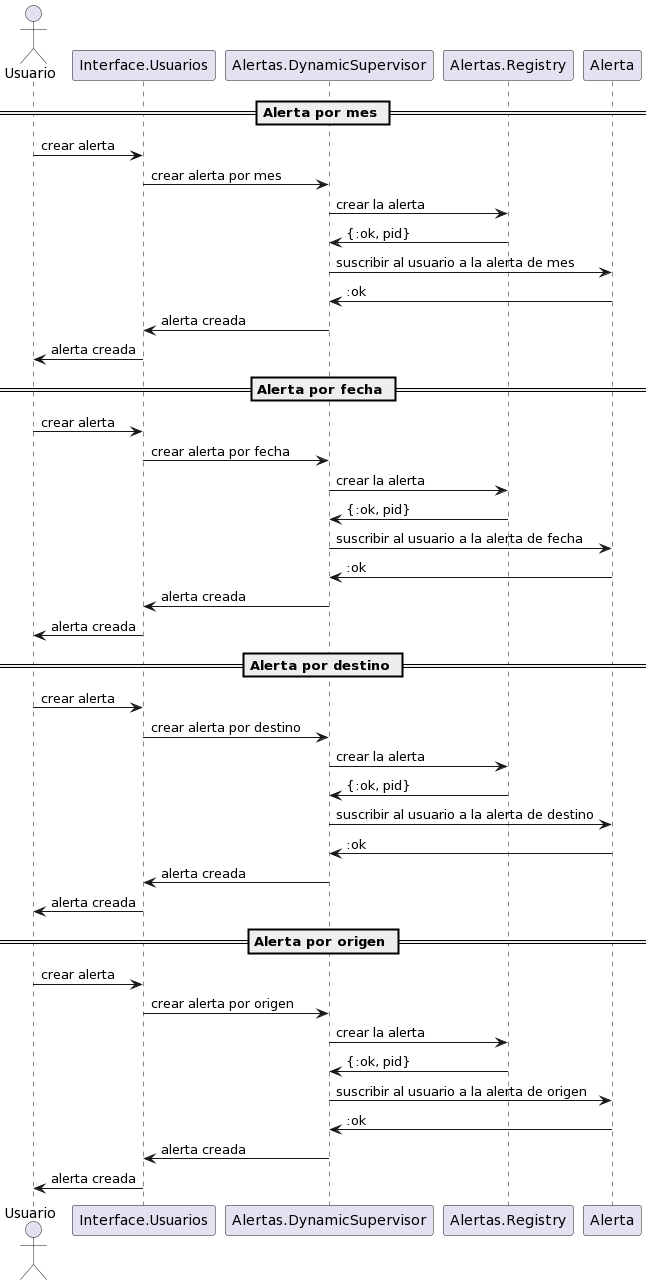
The PlantUML diagram diagrams/Secuencia Creacion de alertas.png in NicoMadd/levantar-vuelo, before a commit.
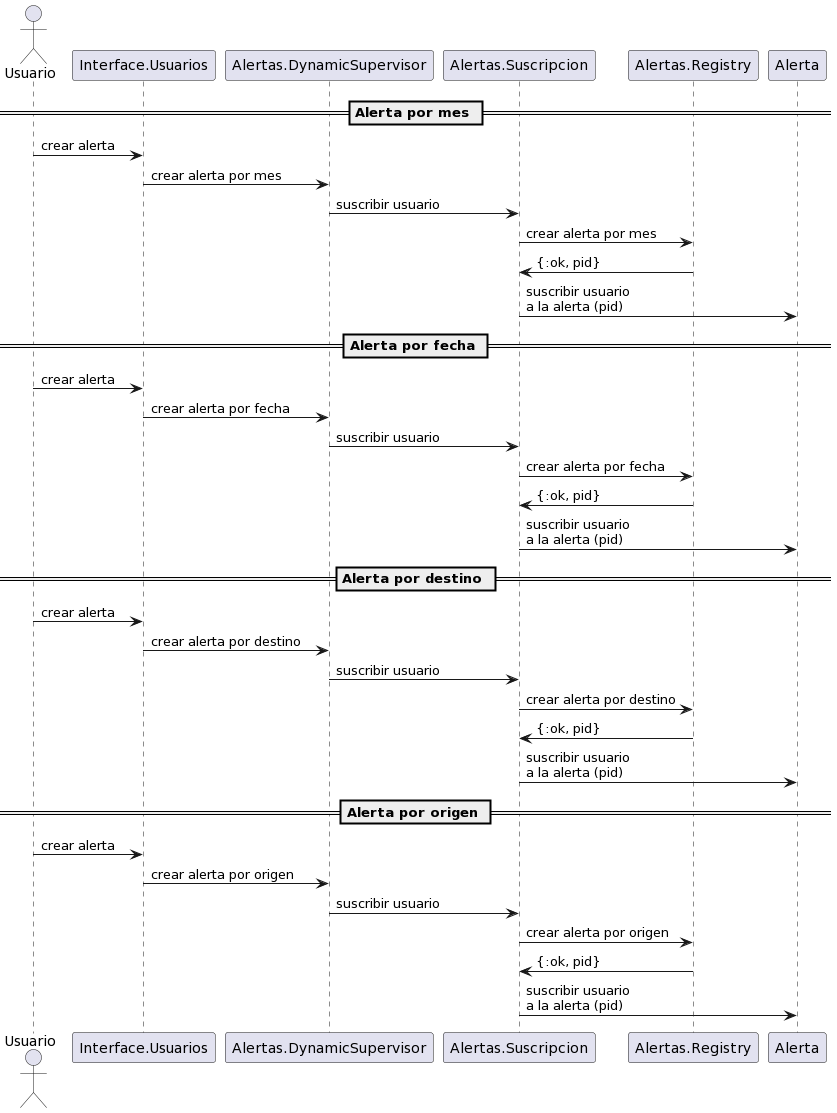
The same file after the commit.

Commit message:
actualizo los diferentes diagramas de secuencia

Change to the diagram source:
```diff
@@ -2,6 +2,7 @@
 actor Usuario
 participant Interface.Usuarios
 participant Alertas.DynamicSupervisor
+participant Alertas.Suscripcion
 participant Alertas.Registry
 participant Alerta
 
@@ -9,44 +10,36 @@
 
 Usuario -> Interface.Usuarios: crear alerta
 Interface.Usuarios -> Alertas.DynamicSupervisor: crear alerta por mes
-Alertas.DynamicSupervisor -> Alertas.Registry: crear la alerta
-Alertas.Registry -> Alertas.DynamicSupervisor: {:ok, pid}
-Alertas.DynamicSupervisor -> Alerta: suscribir al usuario a la alerta de mes
-Alerta -> Alertas.DynamicSupervisor: :ok
-Alertas.DynamicSupervisor -> Interface.Usuarios: alerta creada
-Interface.Usuarios -> Usuario: alerta creada
+Alertas.DynamicSupervisor -> Alertas.Suscripcion: suscribir usuario
+Alertas.Suscripcion -> Alertas.Registry: crear alerta por mes
+Alertas.Registry -> Alertas.Suscripcion: {:ok, pid}
+Alertas.Suscripcion -> Alerta: suscribir usuario\na la alerta (pid)
 
 == Alerta por fecha ==
 
 Usuario -> Interface.Usuarios: crear alerta
 Interface.Usuarios -> Alertas.DynamicSupervisor: crear alerta por fecha
-Alertas.DynamicSupervisor -> Alertas.Registry: crear la alerta
-Alertas.Registry -> Alertas.DynamicSupervisor: {:ok, pid}
-Alertas.DynamicSupervisor -> Alerta: suscribir al usuario a la alerta de fecha
-Alerta -> Alertas.DynamicSupervisor: :ok
-Alertas.DynamicSupervisor -> Interface.Usuarios: alerta creada
-Interface.Usuarios -> Usuario: alerta creada
+Alertas.DynamicSupervisor -> Alertas.Suscripcion: suscribir usuario
+Alertas.Suscripcion -> Alertas.Registry: crear alerta por fecha
+Alertas.Registry -> Alertas.Suscripcion: {:ok, pid}
+Alertas.Suscripcion -> Alerta: suscribir usuario\na la alerta (pid)
 
 
 == Alerta por destino ==
 
 Usuario -> Interface.Usuarios: crear alerta
 Interface.Usuarios -> Alertas.DynamicSupervisor: crear alerta por destino
-Alertas.DynamicSupervisor -> Alertas.Registry: crear la alerta
-Alertas.Registry -> Alertas.DynamicSupervisor: {:ok, pid}
-Alertas.DynamicSupervisor -> Alerta: suscribir al usuario a la alerta de destino
-Alerta -> Alertas.DynamicSupervisor: :ok
-Alertas.DynamicSupervisor -> Interface.Usuarios: alerta creada
-Interface.Usuarios -> Usuario: alerta creada
+Alertas.DynamicSupervisor -> Alertas.Suscripcion: suscribir usuario
+Alertas.Suscripcion -> Alertas.Registry: crear alerta por destino
+Alertas.Registry -> Alertas.Suscripcion: {:ok, pid}
+Alertas.Suscripcion -> Alerta: suscribir usuario\na la alerta (pid)
 
 == Alerta por origen ==
 
 Usuario -> Interface.Usuarios: crear alerta
 Interface.Usuarios -> Alertas.DynamicSupervisor: crear alerta por origen
-Alertas.DynamicSupervisor -> Alertas.Registry: crear la alerta
-Alertas.Registry -> Alertas.DynamicSupervisor: {:ok, pid}
-Alertas.DynamicSupervisor -> Alerta: suscribir al usuario a la alerta de origen
-Alerta -> Alertas.DynamicSupervisor: :ok
-Alertas.DynamicSupervisor -> Interface.Usuarios: alerta creada
-Interface.Usuarios -> Usuario: alerta creada
+Alertas.DynamicSupervisor -> Alertas.Suscripcion: suscribir usuario
+Alertas.Suscripcion -> Alertas.Registry: crear alerta por origen
+Alertas.Registry -> Alertas.Suscripcion: {:ok, pid}
+Alertas.Suscripcion -> Alerta: suscribir usuario\na la alerta (pid)
 @enduml
```
